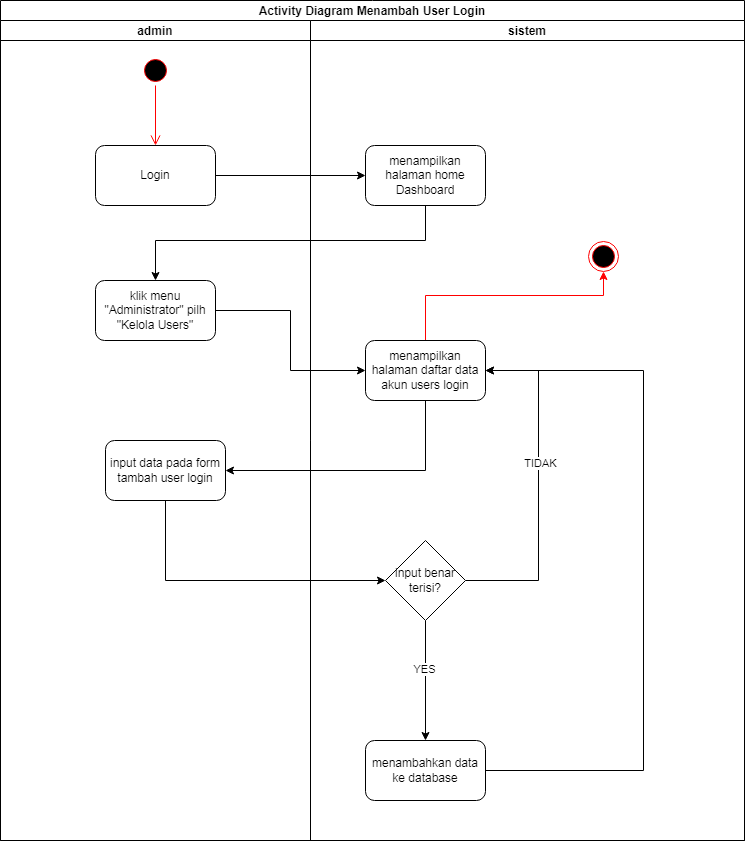
Rusadi-0/KULIAH keeps this draw.io diagram as SKRIPSI/UML/2. ACTIVITY/USER/ADD.png. Above is the earlier version. Source tidied: cells renumbered, new cells last; positions are measured from the earlier drawing's top-left corner, leaving out a move shared by most shapes.
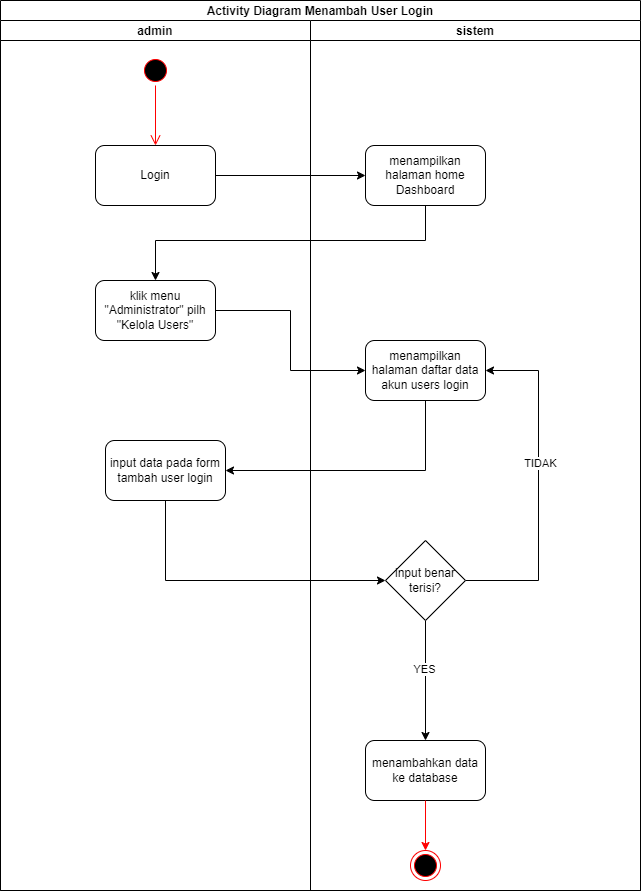
Later version of the same file.

Change to the diagram source:
```diff
@@ -3,10 +3,10 @@
     <mxCell id="0" />
     <mxCell id="1" parent="0" />
     <mxCell id="2" value="Activity Diagram Menambah User Login" style="swimlane;startSize=20;" parent="1" vertex="1">
-      <mxGeometry width="744" height="840" as="geometry" />
+      <mxGeometry width="640" height="890" as="geometry" />
     </mxCell>
     <mxCell id="3" value="admin" style="swimlane;startSize=20;" parent="2" vertex="1">
-      <mxGeometry y="20" width="310" height="820" as="geometry" />
+      <mxGeometry y="20" width="310" height="870" as="geometry" />
     </mxCell>
     <mxCell id="4" style="ellipse;html=1;shape=startState;fillColor=#000000;strokeColor=#ff0000;" parent="3" vertex="1">
       <mxGeometry x="140" y="35" width="30" height="30" as="geometry" />
@@ -24,19 +24,11 @@
       <mxGeometry x="105" y="420" width="120" height="60" as="geometry" />
     </mxCell>
     <mxCell id="9" value="sistem" style="swimlane;startSize=20;" parent="2" vertex="1">
-      <mxGeometry x="310" y="20" width="434" height="820" as="geometry" />
+      <mxGeometry x="310" y="20" width="330" height="870" as="geometry" />
     </mxCell>
     <mxCell id="10" value="menampilkan halaman home Dashboard" style="rounded=1;whiteSpace=wrap;html=1;" parent="9" vertex="1">
       <mxGeometry x="55" y="125" width="120" height="60" as="geometry" />
     </mxCell>
-    <mxCell id="11" style="edgeStyle=orthogonalEdgeStyle;rounded=0;jettySize=auto;html=1;strokeColor=#FF0000;" parent="9" edge="1" source="12" target="20">
-      <mxGeometry relative="1" as="geometry">
-        <Array as="points">
-          <mxPoint x="115" y="275" />
-          <mxPoint x="293" y="275" />
-        </Array>
-      </mxGeometry>
-    </mxCell>
     <mxCell id="12" value="menampilkan halaman daftar data akun users login" style="rounded=1;whiteSpace=wrap;html=1;" parent="9" vertex="1">
       <mxGeometry x="55" y="320" width="120" height="60" as="geometry" />
     </mxCell>
@@ -60,20 +52,9 @@
     <mxCell id="17" value="input benar terisi?" style="rhombus;whiteSpace=wrap;html=1;" parent="9" vertex="1">
       <mxGeometry x="75" y="520" width="80" height="80" as="geometry" />
     </mxCell>
-    <mxCell id="18" style="edgeStyle=orthogonalEdgeStyle;rounded=0;jettySize=auto;html=1;entryX=1;entryY=0.5;entryDx=0;entryDy=0;" parent="9" edge="1" source="19" target="12">
-      <mxGeometry relative="1" as="geometry">
-        <Array as="points">
-          <mxPoint x="333" y="750" />
-          <mxPoint x="333" y="350" />
-        </Array>
-      </mxGeometry>
-    </mxCell>
     <mxCell id="19" value="menambahkan data ke database" style="rounded=1;whiteSpace=wrap;html=1;" parent="9" vertex="1">
       <mxGeometry x="55" y="720" width="120" height="60" as="geometry" />
     </mxCell>
-    <mxCell id="20" style="ellipse;html=1;shape=endState;fillColor=#000000;strokeColor=#ff0000;" parent="9" vertex="1">
-      <mxGeometry x="278" y="221" width="30" height="30" as="geometry" />
-    </mxCell>
     <mxCell id="21" style="edgeStyle=orthogonalEdgeStyle;rounded=0;jettySize=auto;html=1;entryX=0;entryY=0.5;entryDx=0;entryDy=0;" parent="2" edge="1" source="6" target="10">
       <mxGeometry relative="1" as="geometry" />
     </mxCell>
@@ -102,5 +83,11 @@
         </Array>
       </mxGeometry>
     </mxCell>
+    <mxCell id="20" style="ellipse;html=1;shape=endState;fillColor=#000000;strokeColor=#ff0000;" parent="1" vertex="1">
+      <mxGeometry x="410" y="850" width="30" height="30" as="geometry" />
+    </mxCell>
+    <mxCell id="26" style="edgeStyle=orthogonalEdgeStyle;rounded=0;jettySize=auto;html=1;strokeColor=#FF0000;" parent="1" edge="1" source="19" target="20">
+      <mxGeometry relative="1" as="geometry" />
+    </mxCell>
   </root>
 </mxGraphModel>
```
